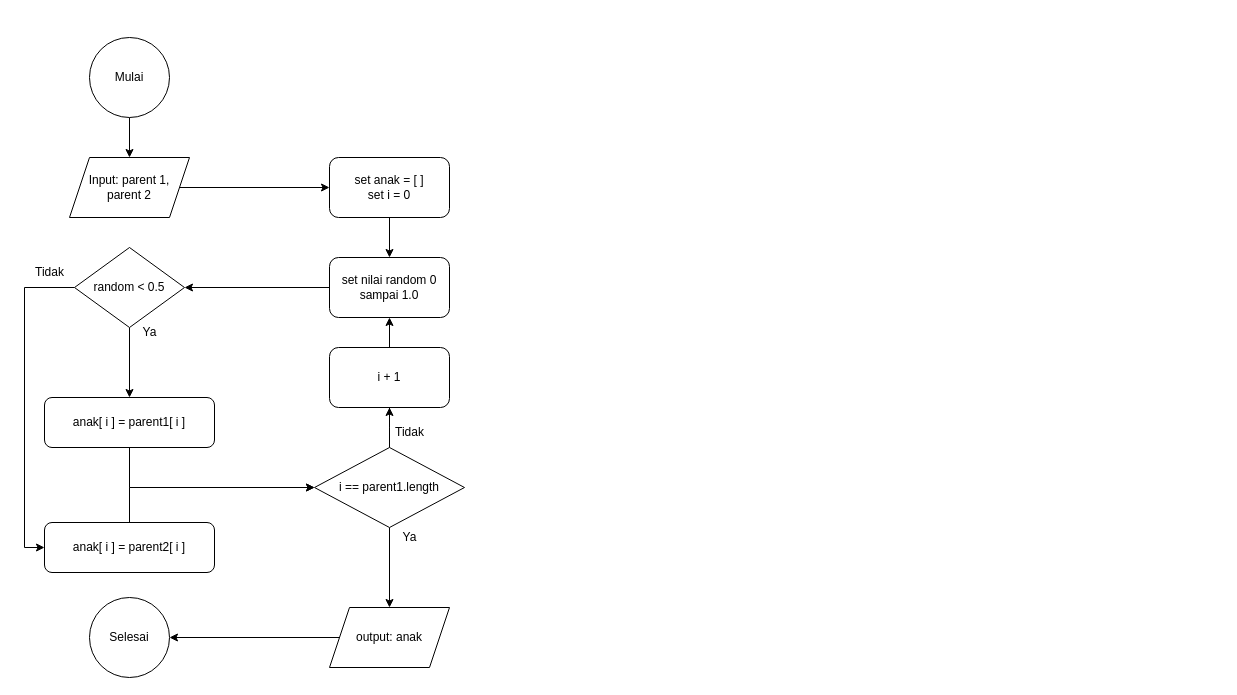
Above: page "Crossover" (5 of 6) of titik-pkn.drawio in AgungSukaAFK/titik-pkn (draw.io), before the change. Source tidied: cells renumbered, new cells numbered last; positions are measured from the earlier drawing's top-left corner, leaving out a move shared by most shapes. Both pictures are drawn from the tidied source at 100%, with x=0, y=0 at pixel (24, 37).
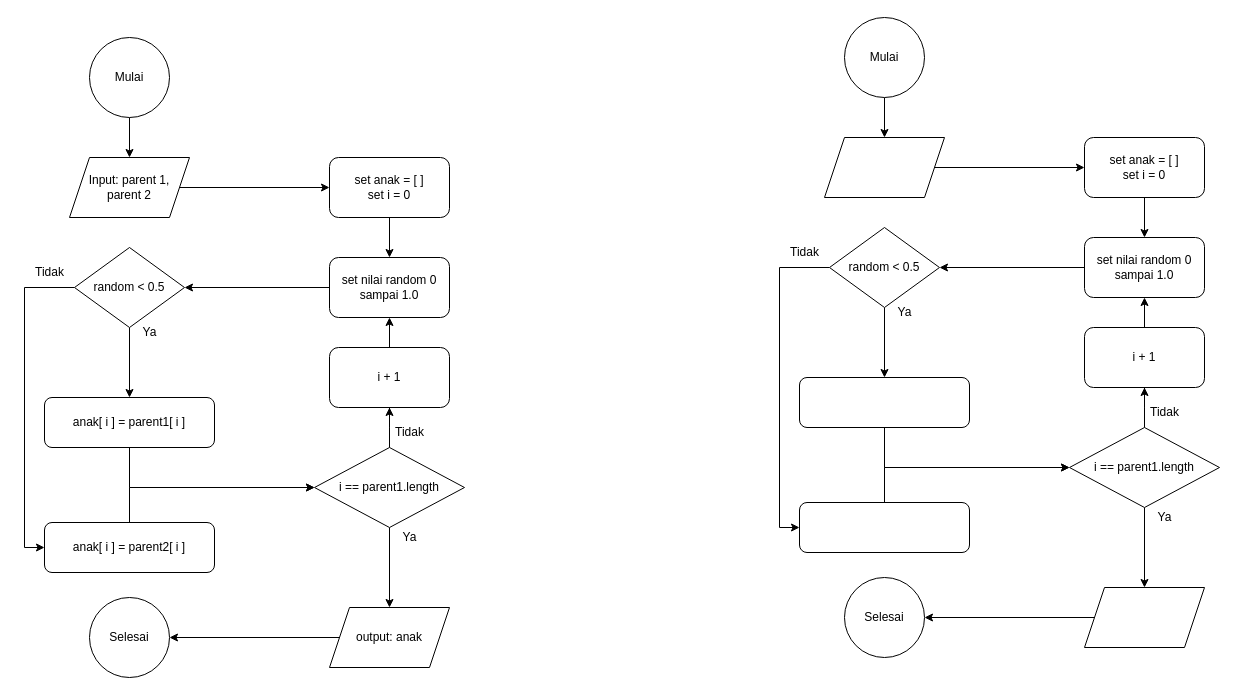
After the change.

Change to the diagram source:
```diff
@@
+    <mxCell id="29" style="edgeStyle=orthogonalEdgeStyle;rounded=0;jettySize=auto;html=1;" parent="1" edge="1" source="30" target="33">
+      <mxGeometry relative="1" as="geometry" />
+    </mxCell>
+    <mxCell id="30" value="Mulai" style="ellipse;whiteSpace=wrap;html=1;" parent="1" vertex="1">
+      <mxGeometry x="820" y="-20" width="80" height="80" as="geometry" />
+    </mxCell>
+    <mxCell id="31" value="Selesai" style="ellipse;whiteSpace=wrap;html=1;" parent="1" vertex="1">
+      <mxGeometry x="820" y="540" width="80" height="80" as="geometry" />
+    </mxCell>
+    <mxCell id="32" style="edgeStyle=orthogonalEdgeStyle;rounded=0;jettySize=auto;html=1;" parent="1" edge="1" source="33" target="42">
+      <mxGeometry relative="1" as="geometry" />
+    </mxCell>
+    <mxCell id="33" style="shape=parallelogram;perimeter=parallelogramPerimeter;whiteSpace=wrap;html=1;fixedSize=1;" parent="1" vertex="1">
+      <mxGeometry x="800" y="100" width="120" height="60" as="geometry" />
+    </mxCell>
+    <mxCell id="34" style="edgeStyle=orthogonalEdgeStyle;rounded=0;jettySize=auto;html=1;entryX=0;entryY=0.5;entryDx=0;entryDy=0;" parent="1" edge="1" source="35" target="51">
+      <mxGeometry relative="1" as="geometry">
+        <Array as="points">
+          <mxPoint x="860" y="430" />
+        </Array>
+      </mxGeometry>
+    </mxCell>
+    <mxCell id="35" style="rounded=1;whiteSpace=wrap;html=1;align=center;" parent="1" vertex="1">
+      <mxGeometry x="775" y="340" width="170" height="50" as="geometry" />
+    </mxCell>
+    <mxCell id="36" style="edgeStyle=orthogonalEdgeStyle;rounded=0;jettySize=auto;html=1;entryX=1;entryY=0.5;entryDx=0;entryDy=0;" parent="1" edge="1" source="37" target="40">
+      <mxGeometry relative="1" as="geometry" />
+    </mxCell>
+    <mxCell id="37" value="set nilai random 0 sampai 1.0" style="rounded=1;whiteSpace=wrap;html=1;" parent="1" vertex="1">
+      <mxGeometry x="1060" y="200" width="120" height="60" as="geometry" />
+    </mxCell>
+    <mxCell id="38" style="edgeStyle=orthogonalEdgeStyle;rounded=0;jettySize=auto;html=1;" parent="1" edge="1" source="40" target="35">
+      <mxGeometry relative="1" as="geometry" />
+    </mxCell>
+    <mxCell id="39" style="edgeStyle=orthogonalEdgeStyle;rounded=0;jettySize=auto;html=1;entryX=0;entryY=0.5;entryDx=0;entryDy=0;" parent="1" edge="1" source="40" target="44">
+      <mxGeometry relative="1" as="geometry">
+        <Array as="points">
+          <mxPoint x="755" y="230" />
+          <mxPoint x="755" y="490" />
+        </Array>
+      </mxGeometry>
+    </mxCell>
+    <mxCell id="40" value="random &amp;lt; 0.5" style="rhombus;whiteSpace=wrap;html=1;" parent="1" vertex="1">
+      <mxGeometry x="805" y="190" width="110" height="80" as="geometry" />
+    </mxCell>
+    <mxCell id="41" style="edgeStyle=orthogonalEdgeStyle;rounded=0;jettySize=auto;html=1;" parent="1" edge="1" source="42" target="37">
+      <mxGeometry relative="1" as="geometry" />
+    </mxCell>
+    <mxCell id="42" value="set anak = [ ]&lt;div&gt;set i = 0&lt;/div&gt;" style="rounded=1;whiteSpace=wrap;html=1;" parent="1" vertex="1">
+      <mxGeometry x="1060" y="100" width="120" height="60" as="geometry" />
+    </mxCell>
+    <mxCell id="43" style="edgeStyle=orthogonalEdgeStyle;rounded=0;jettySize=auto;html=1;entryX=0;entryY=0.5;entryDx=0;entryDy=0;" parent="1" edge="1" source="44" target="51">
+      <mxGeometry relative="1" as="geometry">
+        <Array as="points">
+          <mxPoint x="860" y="430" />
+        </Array>
+      </mxGeometry>
+    </mxCell>
+    <mxCell id="44" value="&lt;div style=&quot;&quot;&gt;&lt;br&gt;&lt;/div&gt;" style="rounded=1;whiteSpace=wrap;html=1;align=center;" parent="1" vertex="1">
+      <mxGeometry x="775" y="465" width="170" height="50" as="geometry" />
+    </mxCell>
+    <mxCell id="45" style="edgeStyle=orthogonalEdgeStyle;rounded=0;jettySize=auto;html=1;entryX=1;entryY=0.5;entryDx=0;entryDy=0;" parent="1" edge="1" source="46" target="31">
+      <mxGeometry relative="1" as="geometry" />
+    </mxCell>
+    <mxCell id="46" style="shape=parallelogram;perimeter=parallelogramPerimeter;whiteSpace=wrap;html=1;fixedSize=1;" parent="1" vertex="1">
+      <mxGeometry x="1060" y="550" width="120" height="60" as="geometry" />
+    </mxCell>
+    <mxCell id="47" value="Ya" style="text;html=1;align=center;verticalAlign=middle;strokeColor=none;fillColor=none;" parent="1" vertex="1">
+      <mxGeometry x="860" y="260" width="40" height="30" as="geometry" />
+    </mxCell>
+    <mxCell id="48" value="Tidak" style="text;html=1;align=center;verticalAlign=middle;strokeColor=none;fillColor=none;" parent="1" vertex="1">
+      <mxGeometry x="755" y="200" width="50" height="30" as="geometry" />
+    </mxCell>
+    <mxCell id="49" style="edgeStyle=orthogonalEdgeStyle;rounded=0;jettySize=auto;html=1;entryX=0.5;entryY=1;entryDx=0;entryDy=0;" parent="1" edge="1" source="55" target="37">
+      <mxGeometry relative="1" as="geometry">
+        <Array as="points">
+          <mxPoint x="1120" y="370" />
+        </Array>
+      </mxGeometry>
+    </mxCell>
+    <mxCell id="50" style="edgeStyle=orthogonalEdgeStyle;rounded=0;jettySize=auto;html=1;" parent="1" edge="1" source="51" target="46">
+      <mxGeometry relative="1" as="geometry" />
+    </mxCell>
+    <mxCell id="51" value="i == parent1.length" style="rhombus;whiteSpace=wrap;html=1;" parent="1" vertex="1">
+      <mxGeometry x="1045" y="390" width="150" height="80" as="geometry" />
+    </mxCell>
+    <mxCell id="52" value="Ya" style="text;html=1;align=center;verticalAlign=middle;strokeColor=none;fillColor=none;" parent="1" vertex="1">
+      <mxGeometry x="1120" y="465" width="40" height="30" as="geometry" />
+    </mxCell>
+    <mxCell id="53" value="Tidak" style="text;html=1;align=center;verticalAlign=middle;strokeColor=none;fillColor=none;" parent="1" vertex="1">
+      <mxGeometry x="1115" y="360" width="50" height="30" as="geometry" />
+    </mxCell>
+    <mxCell id="54" style="edgeStyle=orthogonalEdgeStyle;rounded=0;jettySize=auto;html=1;entryX=0.5;entryY=1;entryDx=0;entryDy=0;" parent="1" edge="1" source="51" target="55">
+      <mxGeometry relative="1" as="geometry">
+        <Array as="points">
+          <mxPoint x="1120" y="370" />
+        </Array>
+      </mxGeometry>
+    </mxCell>
+    <mxCell id="55" value="i + 1" style="rounded=1;whiteSpace=wrap;html=1;" parent="1" vertex="1">
+      <mxGeometry x="1060" y="290" width="120" height="60" as="geometry" />
+    </mxCell>
```
